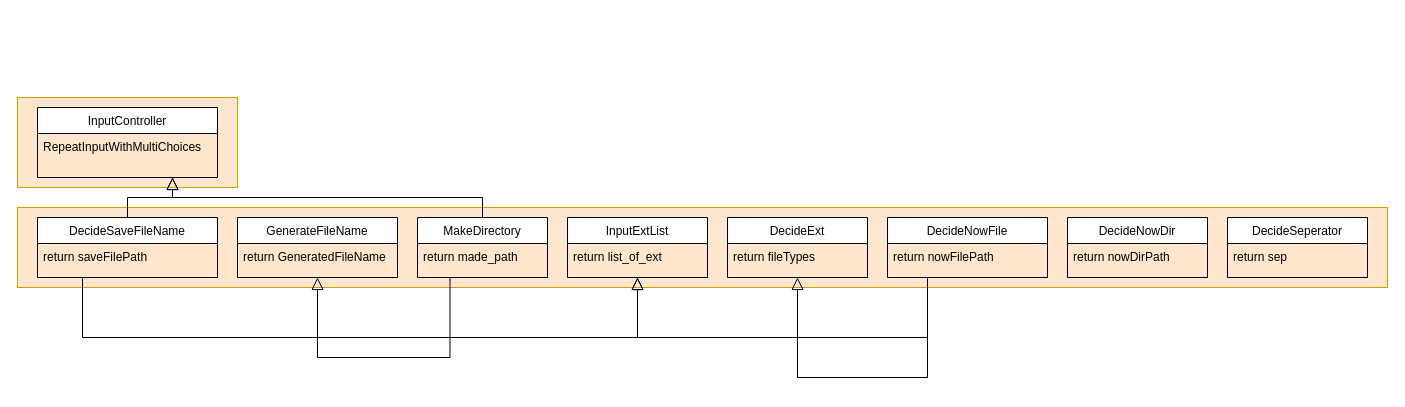
Before: page "02_DirEditor" (3 of 7) of LandmasterLibrary/_Module_Diagram.drawio in landmaster135/pyclone-tornado, a draw.io diagram. Source tidied: cells renumbered, new cells numbered last; positions are measured from the earlier drawing's top-left corner, leaving out a move shared by most shapes. Both pictures are drawn from the tidied source at 100%, with x=0, y=0 at pixel (17, 97).
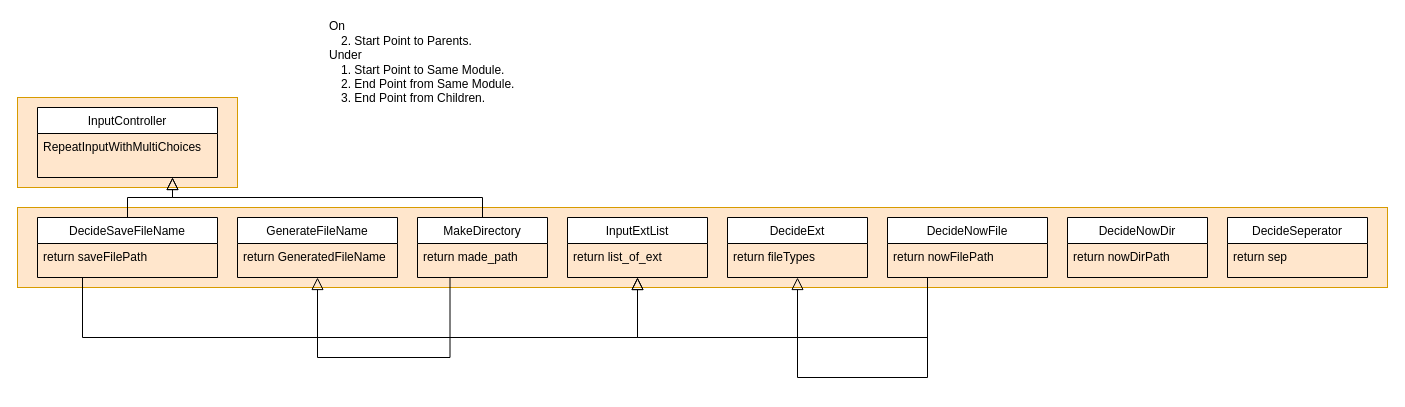
After the change.

Change to the diagram source:
```diff
@@
+    <mxCell id="28" value="On&lt;br&gt;　2. Start Point to Parents.&lt;br&gt;Under&lt;br&gt;　1. Start Point to Same Module.&lt;br&gt;　2. End Point from Same Module.&lt;br&gt;　3. End Point from Children." style="text;html=1;strokeColor=none;fillColor=none;align=left;verticalAlign=middle;whiteSpace=wrap;rounded=0;" parent="1" vertex="1">
+      <mxGeometry x="310" y="-80" width="240" height="90" as="geometry" />
+    </mxCell>
```
